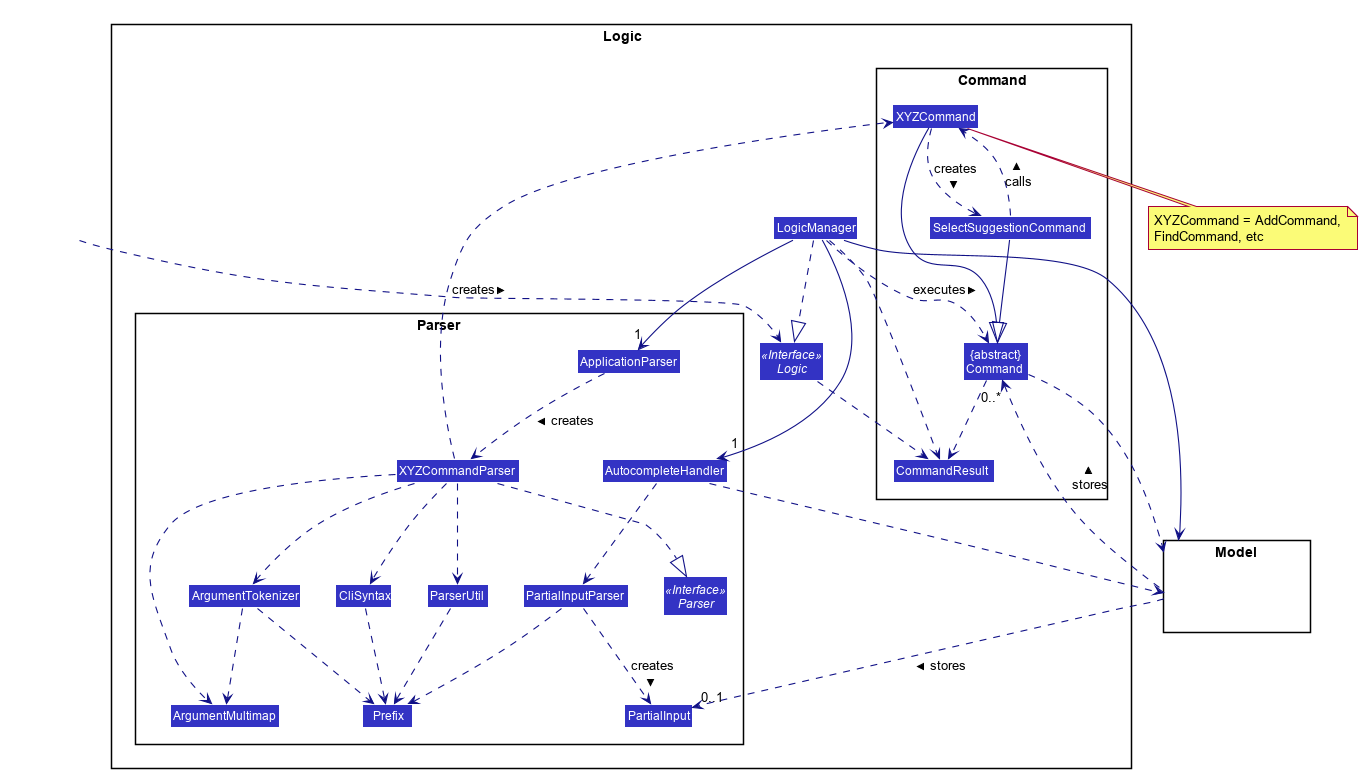
lumos309/main keeps this PlantUML diagram as docs/images/LogicClassDiagram.png. Above is the earlier version. The source it was exported from:
```plantuml
@startuml








skinparam BackgroundColor #FFFFFFF

skinparam Shadowing false

skinparam Class {
    FontColor #FFFFFF
    BorderThickness 1
    BorderColor #FFFFFF
    StereotypeFontColor #FFFFFF
    FontName Arial
}

skinparam Actor {
    BorderColor #000000
    Color #000000
    FontName Arial
}

skinparam Sequence {
    MessageAlign center
    BoxFontSize 15
    BoxPadding 0
    BoxFontColor #FFFFFF
    FontName Arial
}

skinparam Participant {
    FontColor #FFFFFFF
    Padding 20
}

skinparam MinClassWidth 50
skinparam ParticipantPadding 10
skinparam Shadowing false
skinparam DefaultTextAlignment center
skinparam packageStyle Rectangle

hide footbox
hide members
hide circle
skinparam arrowThickness 1.1
skinparam arrowColor #101086
skinparam classBackgroundColor #3333C4

package Logic {

package Parser {
Interface Parser <<Interface>>
Class ApplicationParser
Class AutocompleteHandler
Class XYZCommandParser
Class PartialInputParser
Class CliSyntax
Class ParserUtil
Class ArgumentMultimap
Class ArgumentTokenizer
Class Prefix
Class PartialInput
}

package Command {
Class XYZCommand
Class SelectSuggestionCommand
Class CommandResult
Class "{abstract}\nCommand" as Command
}

Interface Logic <<Interface>>
Class LogicManager
}

package Model{
Class HiddenModel #FFFFFF
}

Class HiddenOutside #FFFFFF
HiddenOutside ..> Logic

LogicManager ..|> Logic
LogicManager -->"1" AutocompleteHandler
LogicManager -->"1" ApplicationParser
ApplicationParser ..> XYZCommandParser: creates >

XYZCommandParser ..> XYZCommand : creates >
XYZCommandParser ..|> Parser
XYZCommandParser ..> ArgumentMultimap
XYZCommandParser ..> ArgumentTokenizer
ArgumentTokenizer ..> ArgumentMultimap
XYZCommandParser ..> CliSyntax
CliSyntax ..> Prefix
XYZCommandParser ..> ParserUtil
ParserUtil ..> Prefix
ArgumentTokenizer ..> Prefix
XYZCommand --|> Command
SelectSuggestionCommand --|> Command
XYZCommand ..> SelectSuggestionCommand : creates >
SelectSuggestionCommand ..> XYZCommand : calls >
LogicManager ..> Command : executes >

AutocompleteHandler ..> PartialInputParser
AutocompleteHandler ..> Model
PartialInputParser ..> Prefix
PartialInputParser ..> PartialInput : creates >

LogicManager --> Model
Command ..> Model
note bottom of XYZCommand: XYZCommand = AddCommand, \nFindCommand, etc

Model .up.>"0..*" Command : stores >
Model ..>"0..1" PartialInput : stores >

Logic ..> CommandResult
LogicManager ..> CommandResult
Command ..> CommandResult
CommandResult -[hidden]-> Parser
@enduml
```
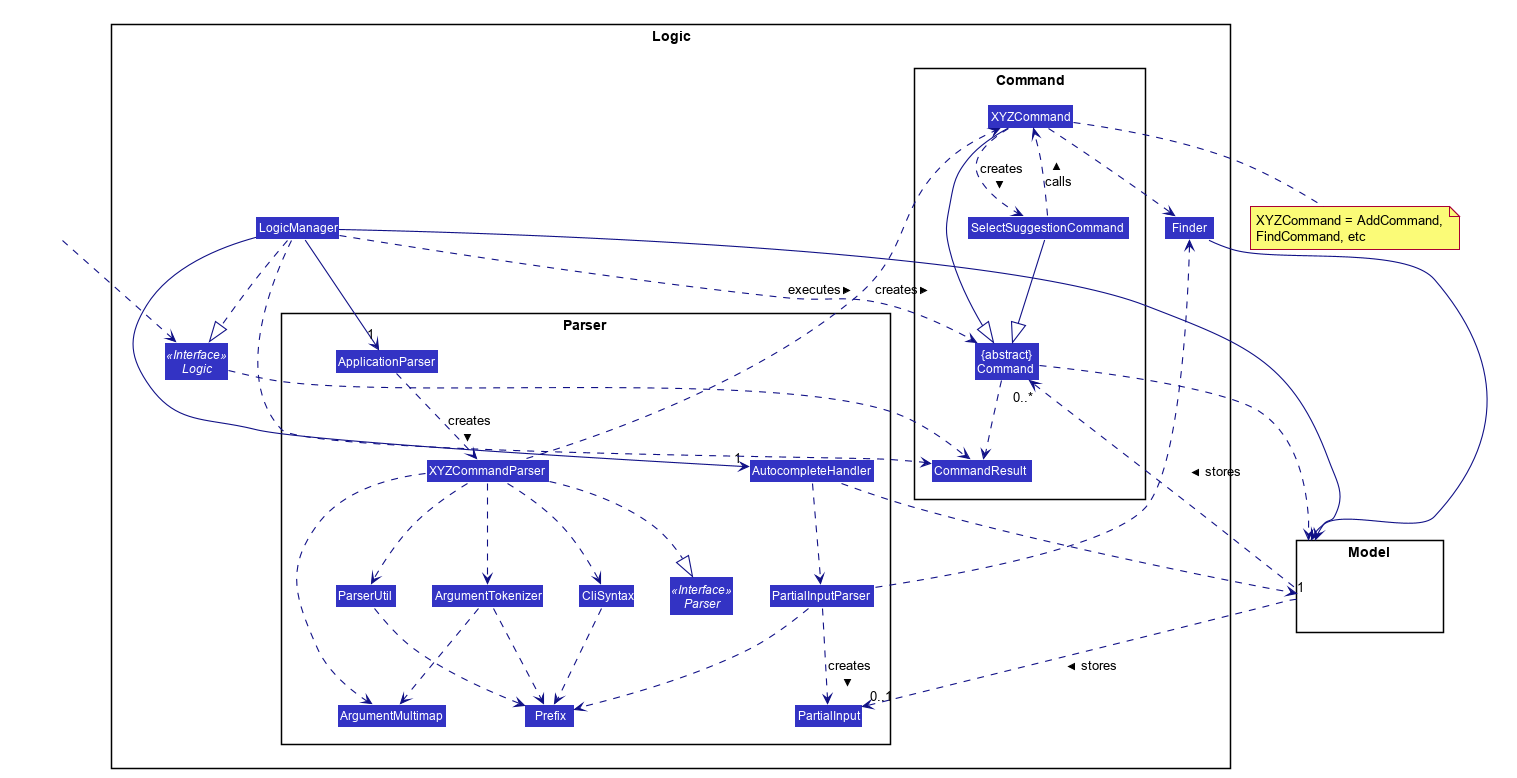
The same diagram one commit later.

The edit, as a diff of the source:
```diff
@@ -76,6 +76,7 @@
 
 Interface Logic <<Interface>>
 Class LogicManager
+Class Finder
 }
 
 package Model{
@@ -111,6 +112,11 @@
 PartialInputParser ..> Prefix
 PartialInputParser ..> PartialInput : creates >
 
+PartialInputParser .left.> Finder
+XYZCommand ..> Finder
+
+Finder -->"1" Model
+
 LogicManager --> Model
 Command ..> Model
 note bottom of XYZCommand: XYZCommand = AddCommand, \nFindCommand, etc
```
